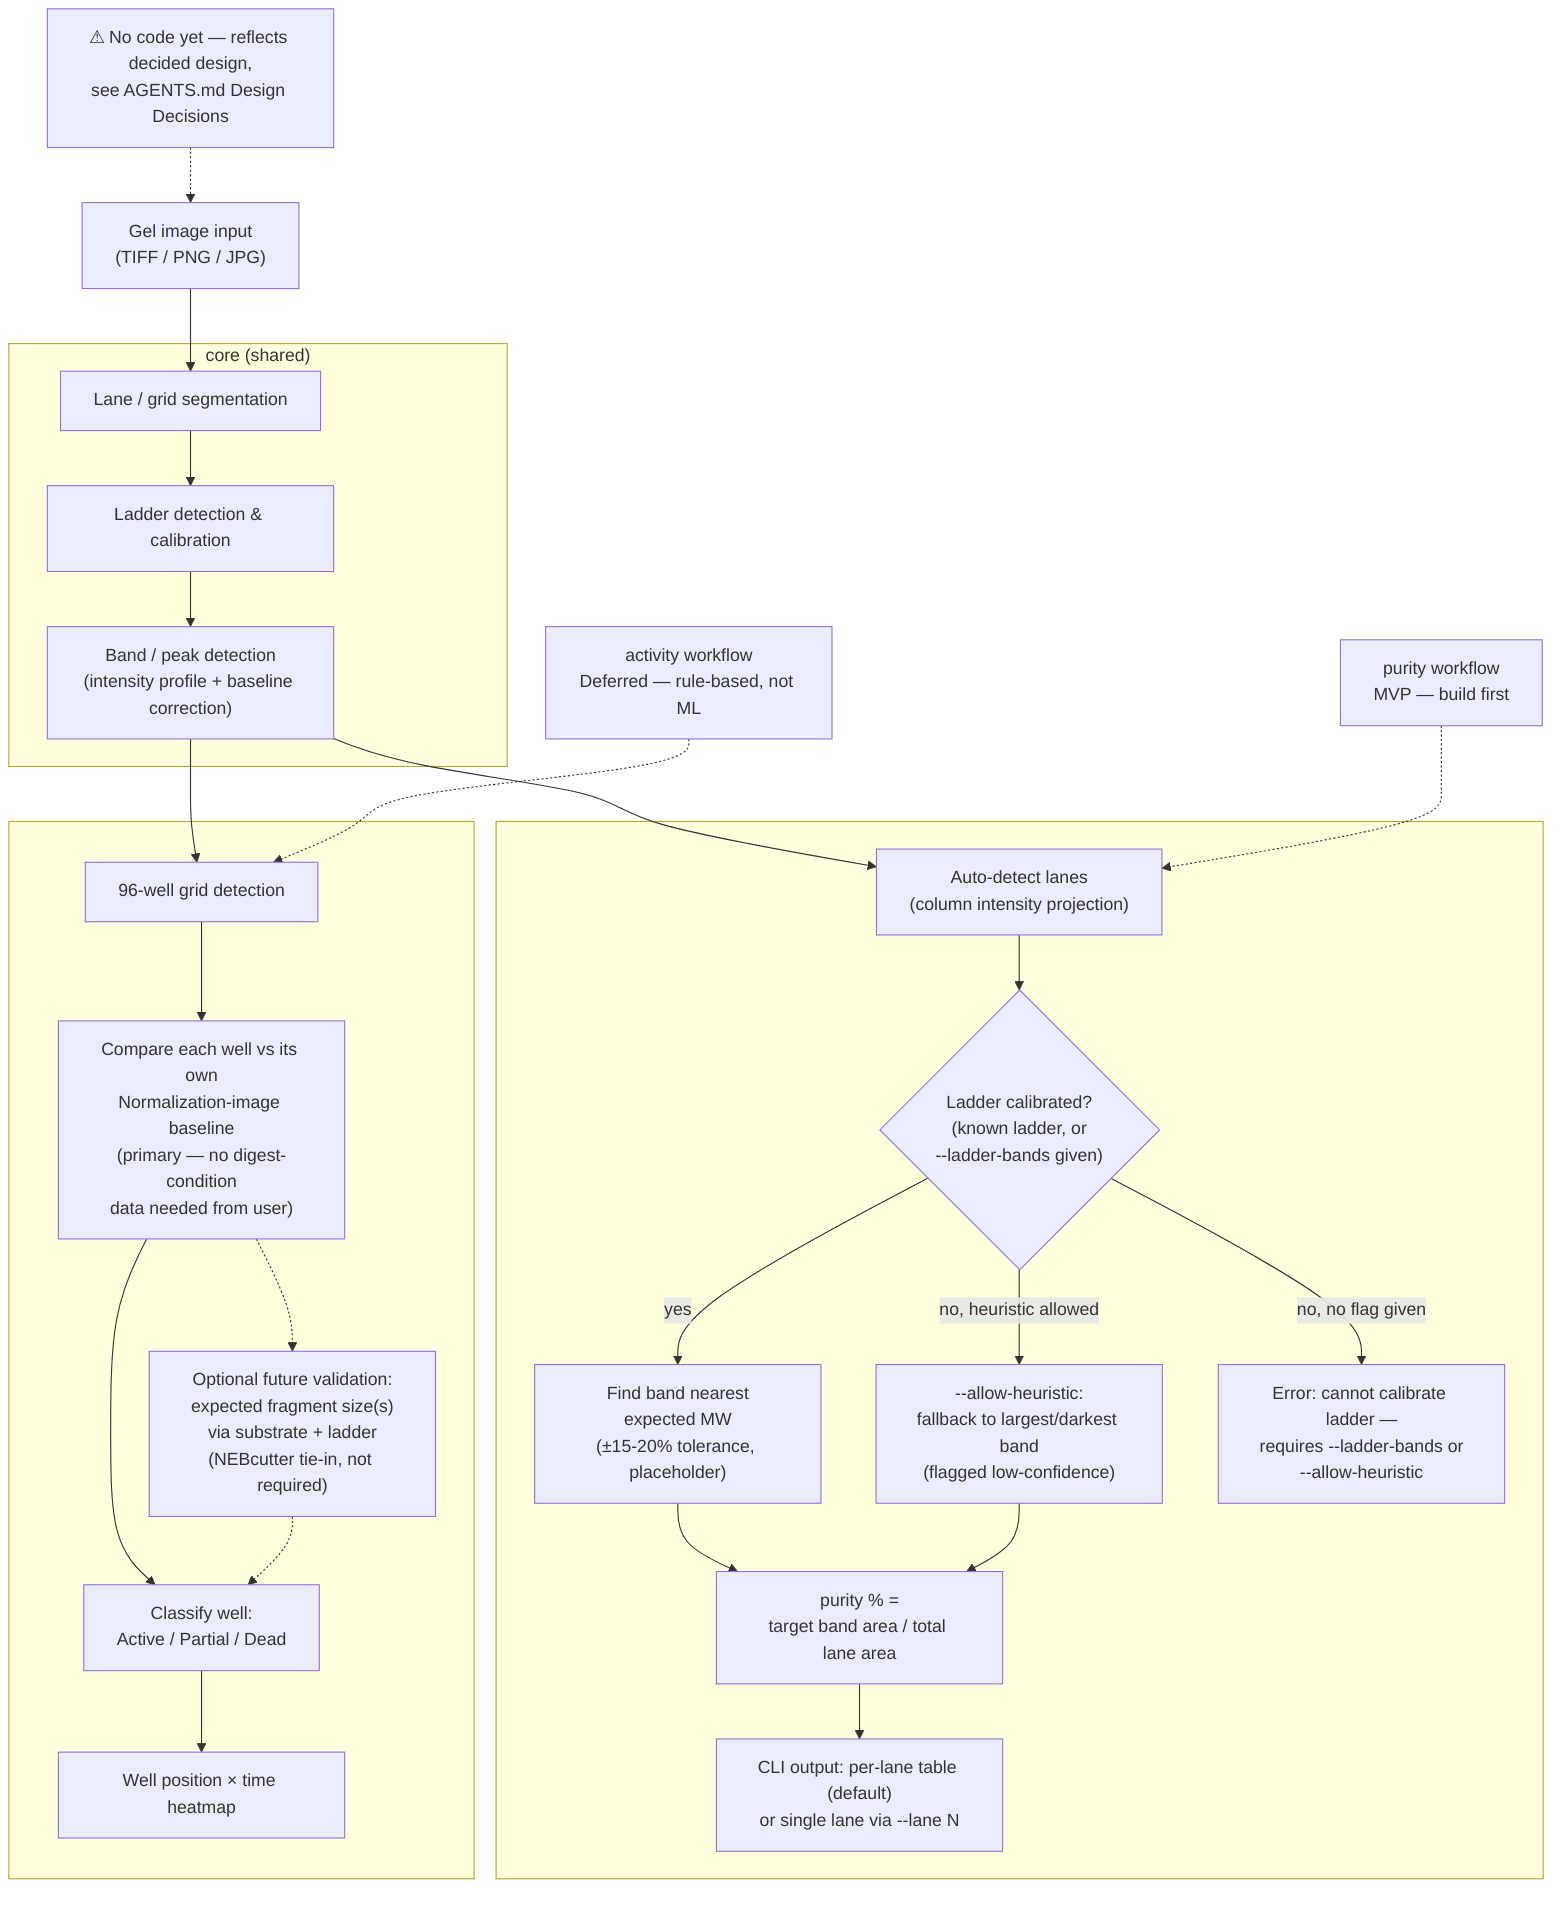
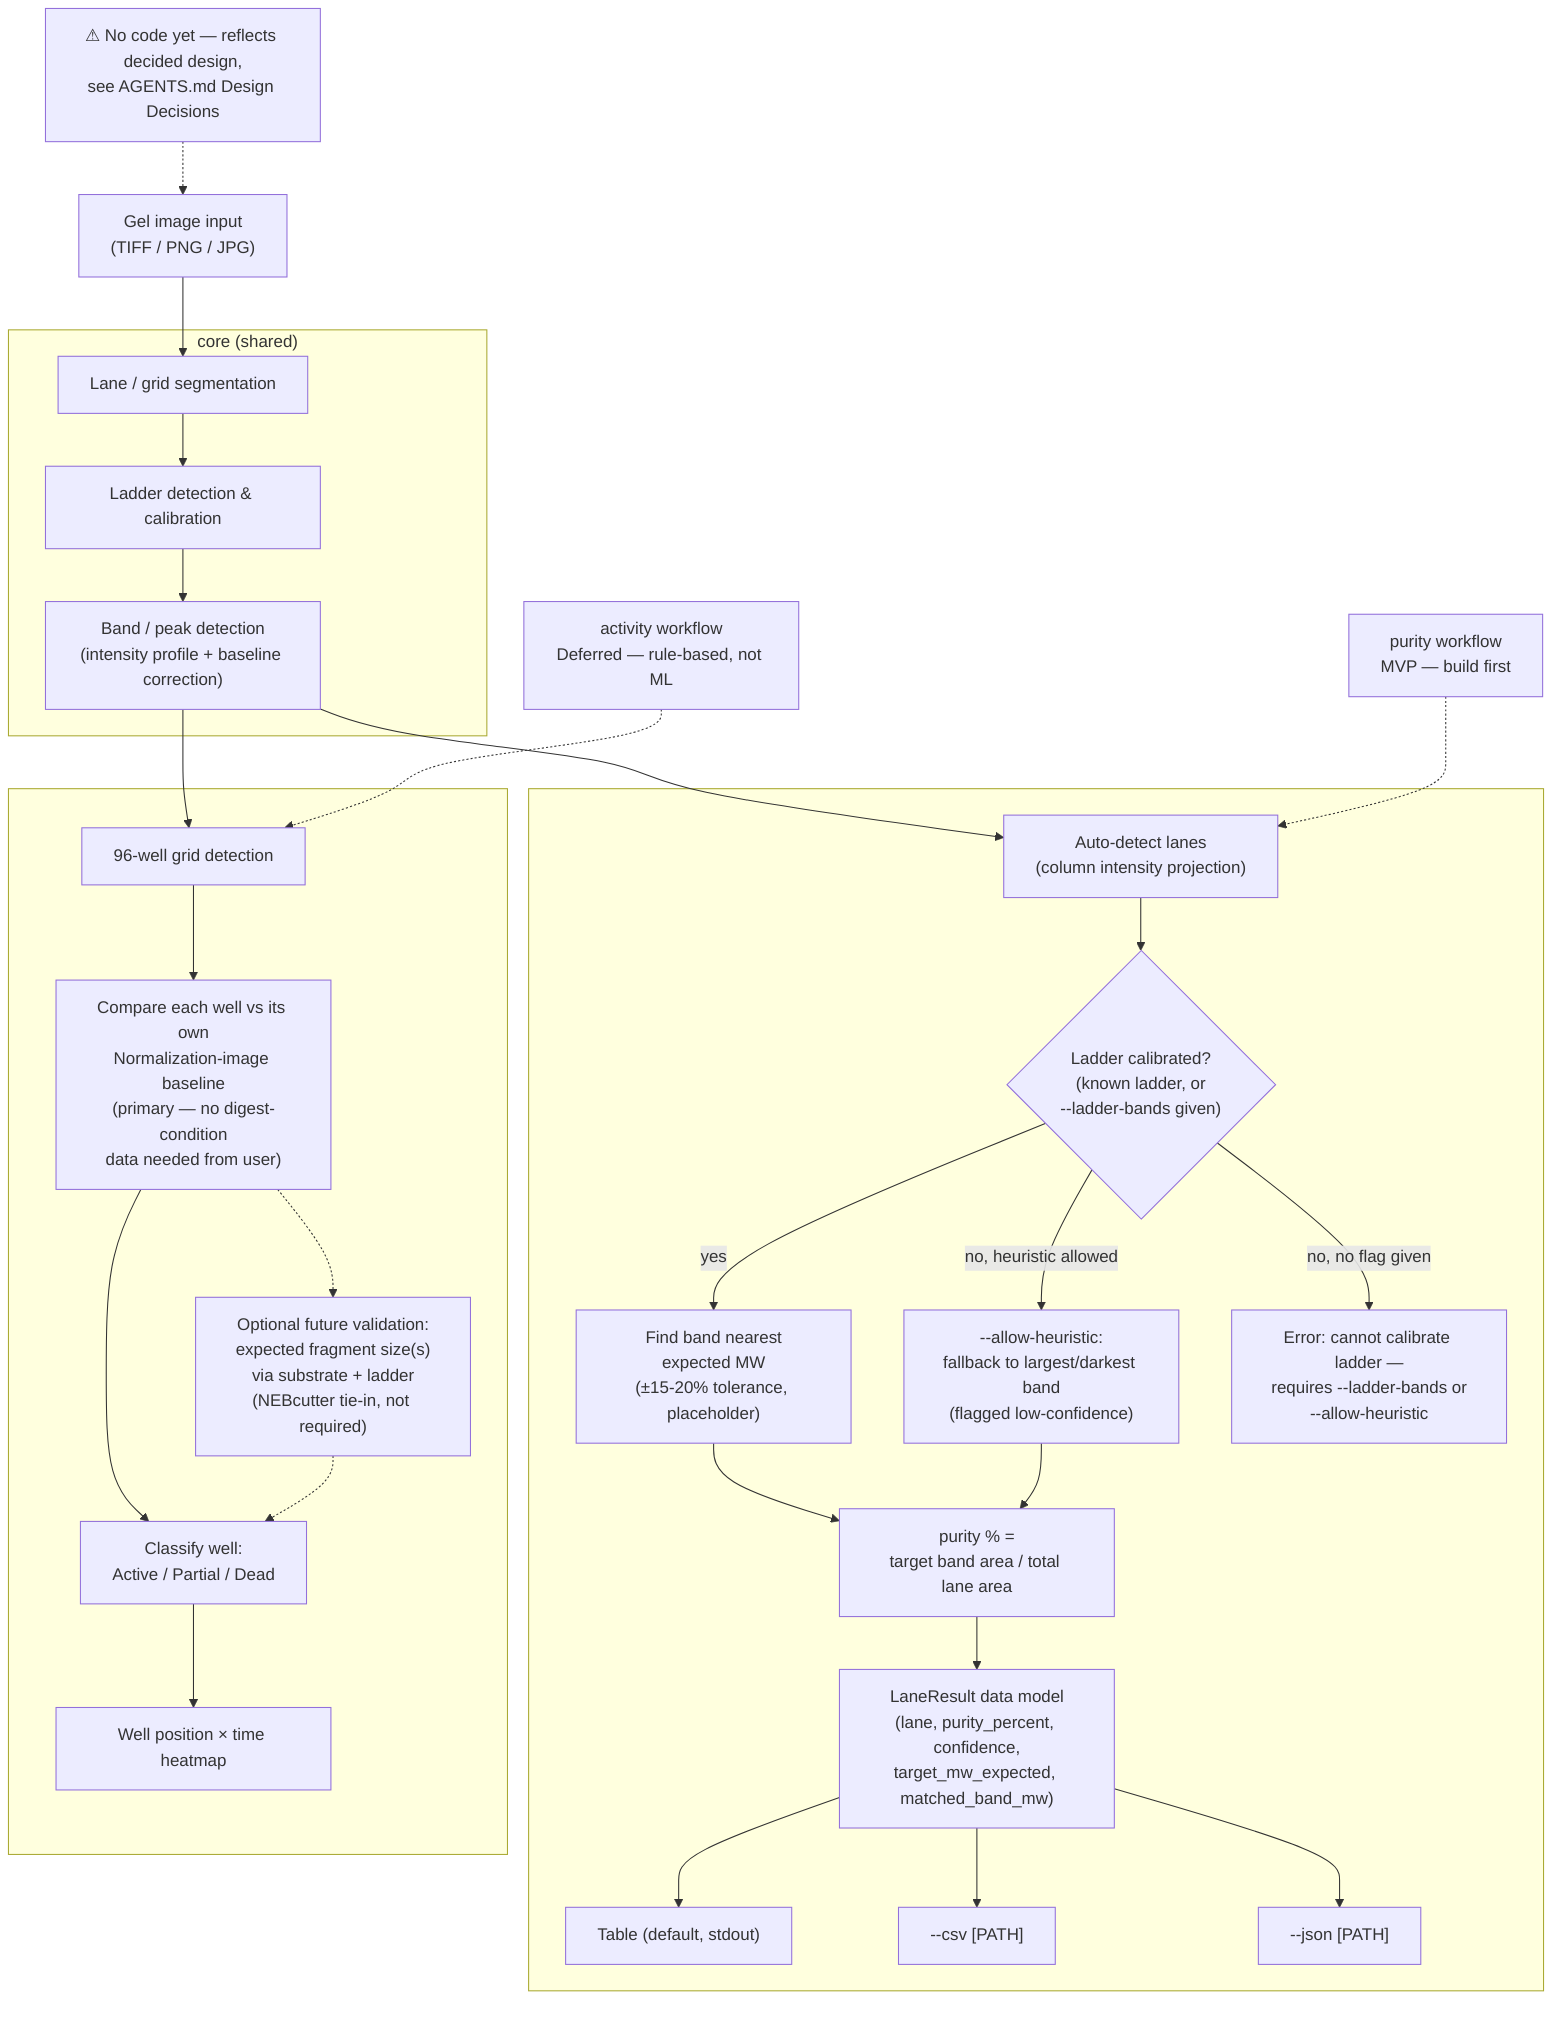
%% program-flow.mmd
%% NOTE: No implementation exists yet. This reflects design decisions made as
%% of 2026-07-13 (see AGENTS.md "Design Decisions"), not real code — it should
%% be replaced with an actual class/sequence diagram once implementation
%% exists.

flowchart TD
    Note["⚠ No code yet — reflects decided design,<br/>see AGENTS.md Design Decisions"]

    Input["Gel image input<br/>(TIFF / PNG / JPG)"]

    subgraph Core["core (shared)"]
        Seg["Lane / grid segmentation"]
        Ladder["Ladder detection & calibration"]
        BandDet["Band / peak detection<br/>(intensity profile + baseline correction)"]
    end

    PurityLabel["purity workflow<br/>MVP — build first"]
    subgraph PurityWF[" "]
        AutoLane["Auto-detect lanes<br/>(column intensity projection)"]
        LadderCal{"Ladder calibrated?<br/>(known ladder, or<br/>--ladder-bands given)"}
        MWMatch["Find band nearest<br/>expected MW<br/>(±15-20% tolerance, placeholder)"]
        Heuristic["--allow-heuristic:<br/>fallback to largest/darkest band<br/>(flagged low-confidence)"]
        ErrorOut["Error: cannot calibrate ladder —<br/>requires --ladder-bands or<br/>--allow-heuristic"]
        PurityCalc["purity % =<br/>target band area / total lane area"]
-         PurityOut["CLI output: per-lane table (default)<br/>or single lane via --lane N"]
+         LaneResult["LaneResult data model<br/>(lane, purity_percent, confidence,<br/>target_mw_expected, matched_band_mw)"]
+         TableOut["Table (default, stdout)"]
+         CsvOut["--csv [PATH]"]
+         JsonOut["--json [PATH]"]
    end

    ActivityLabel["activity workflow<br/>Deferred — rule-based, not ML"]
    subgraph ActivityWF[" "]
        GridDet["96-well grid detection"]
        Baseline["Compare each well vs its own<br/>Normalization-image baseline<br/>(primary — no digest-condition<br/>data needed from user)"]
        ExpectedFrag["Optional future validation:<br/>expected fragment size(s)<br/>via substrate + ladder<br/>(NEBcutter tie-in, not required)"]
        Classify["Classify well:<br/>Active / Partial / Dead"]
        Heatmap["Well position × time heatmap"]
    end

    Note -.-> Input
    Input --> Seg --> Ladder --> BandDet

    BandDet --> AutoLane
    BandDet --> GridDet
    PurityLabel -.-> AutoLane
    ActivityLabel -.-> GridDet
    AutoLane --> LadderCal
    LadderCal -- yes --> MWMatch --> PurityCalc
    LadderCal -- "no, heuristic allowed" --> Heuristic --> PurityCalc
    LadderCal -- "no, no flag given" --> ErrorOut
-     PurityCalc --> PurityOut
+     PurityCalc --> LaneResult
+     LaneResult --> TableOut
+     LaneResult --> CsvOut
+     LaneResult --> JsonOut
    GridDet --> Baseline --> Classify --> Heatmap
    Baseline -.-> ExpectedFrag -.-> Classify
